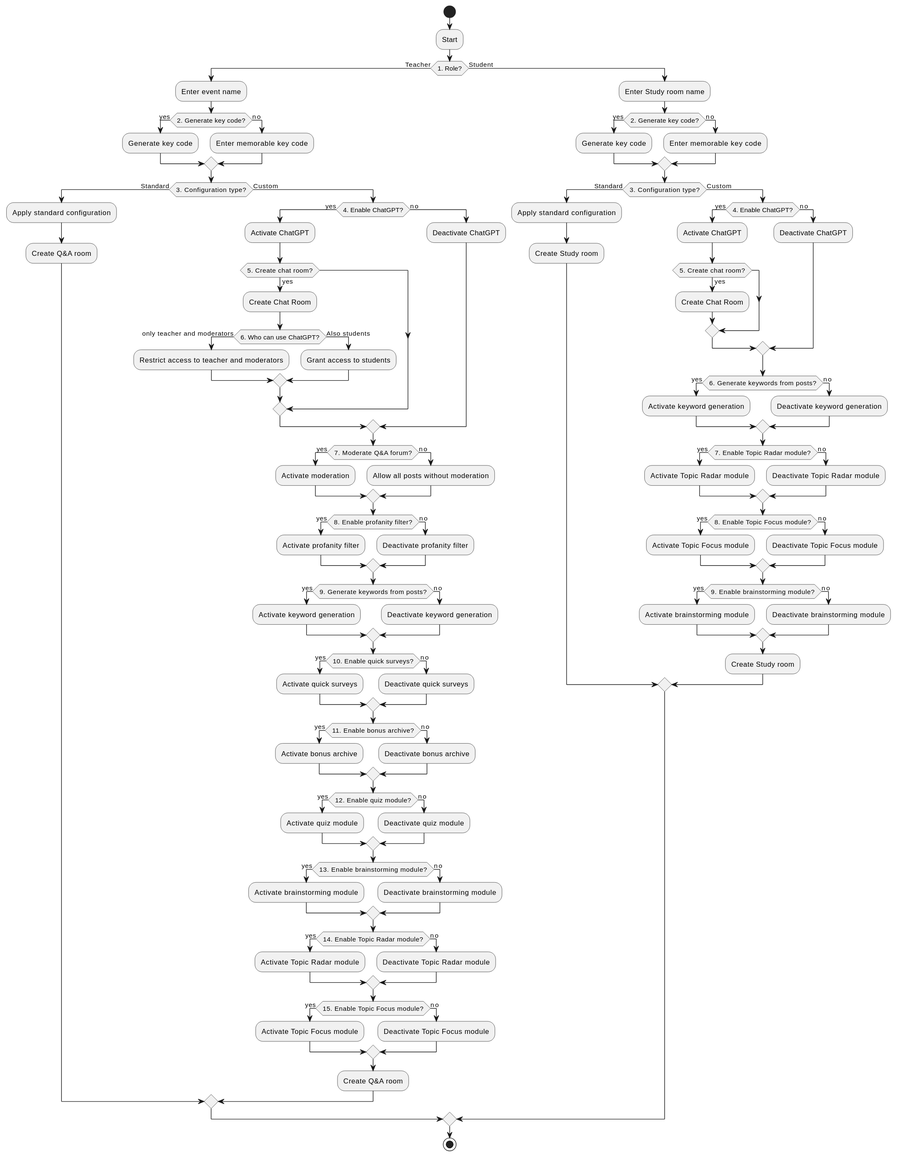
The PlantUML diagram docs/diagrams/activity_diagram_room_creation.svg in thm-projects/frag.jetzt, before a commit.
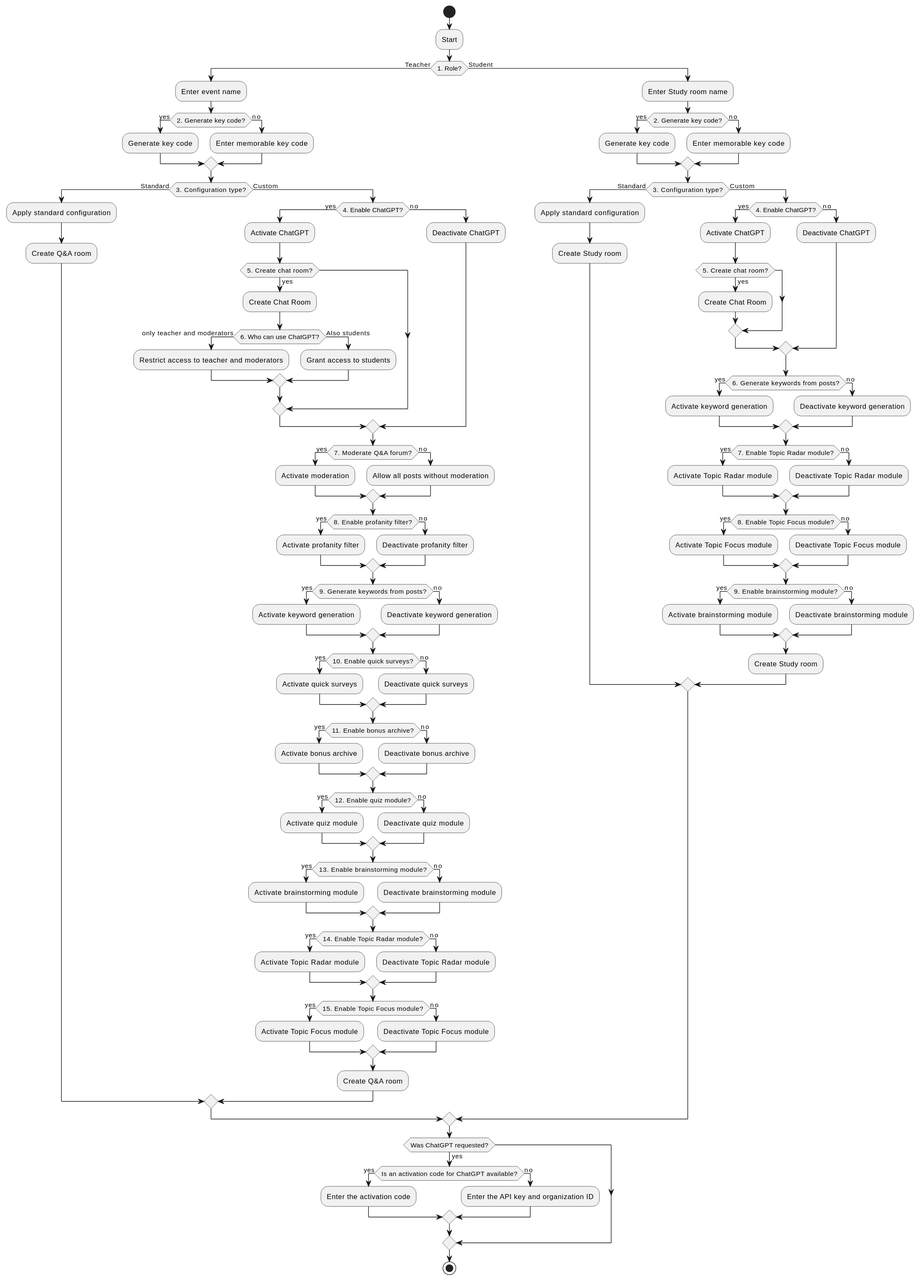
The same diagram one commit later.

Diff of the diagram source:
```diff
@@ -117,6 +117,12 @@
     :Create Study room;
   endif
 endif
-
+if (Was ChatGPT requested?) then (yes)
+  if (Is an activation code for ChatGPT available?) then (yes)
+    :Enter the activation code;
+  else (no)
+    :Enter the API key and organization ID;
+  endif
+endif
 stop
 @enduml
```
